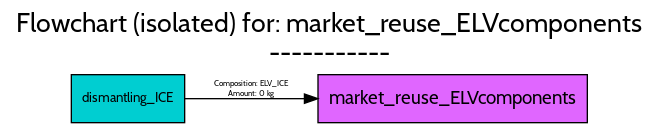
Before: src/examples/ELV/figures/flowcharts/processes/png/market_reuse_ELVcomponents.png, a diagram exported from Graphviz (FutuRaM-Project/Recovery-Model). Its source is kept beside it as src/examples/ELV/figures/flowcharts/processes/dot/market_reuse_ELVcomponents.dot.
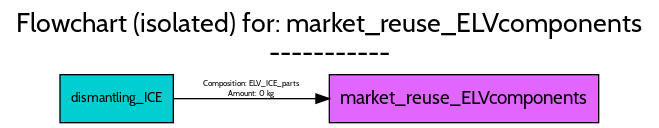
The same diagram one commit later.

Diff of the diagram source:
```diff
@@ -19,7 +19,7 @@
 		fontname=Cabin,
 		fontsize=14,
 		height=0.5,
-		pos="335.5,18",
+		pos="344,18",
 		shape=box,
 		style=filled,
 		width=2.8056];
@@ -27,15 +27,15 @@
 		fontname=Cabin,
 		fontsize=10,
 		height=0.5,
-		pos="92,18",
+		pos="83.5,18",
 		shape=box,
 		style=filled,
 		width=1.1806];
 	dismantling_ICE -> market_reuse_ELVcomponents	[color=black,
 		fontname=Cabin,
 		fontsize=6,
-		label="Composition: ELV_ICE
+		label="Composition: ELV_ICE_parts
 Amount: 0 kg",
 		lp="184.5,25",
-		pos="e,234.33,18 134.52,18 159.34,18 192.16,18 224.03,18"];
+		pos="e,242.97,18 126.03,18 154.99,18 195.06,18 232.89,18"];
 }
```
